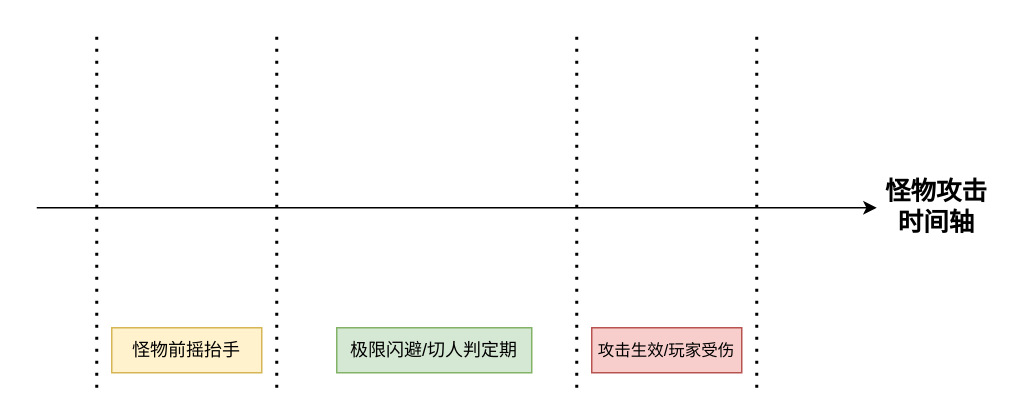
Earlier version of the draw.io diagram zzz攻击.drawio (pearhield/test). Source tidied: cells renumbered, new cells numbered last; positions are measured from the earlier drawing's top-left corner, leaving out a move shared by most shapes. Both pictures are drawn from the tidied source at 150%, with x=0, y=0 at pixel (36, 27).
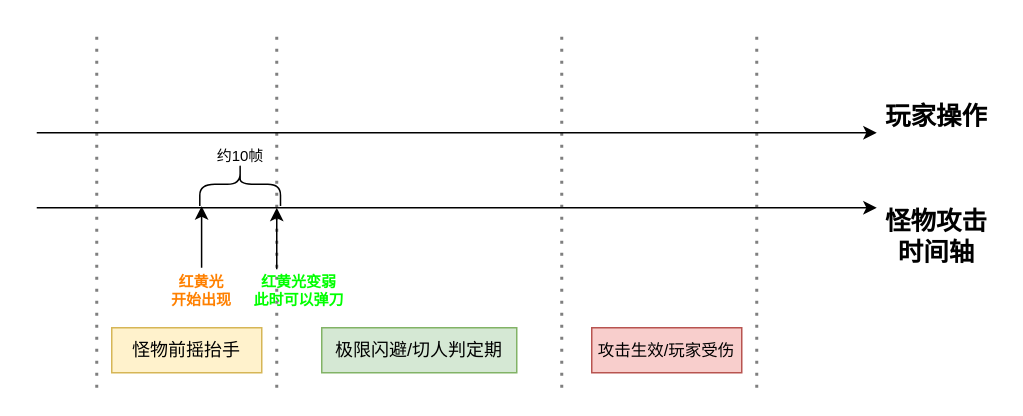
Above is the later version.

Diff of the diagram source:
```diff
@@
-    <mxCell id="3" style="endArrow=none;dashed=1;html=1;dashPattern=1 3;strokeWidth=2;rounded=0;" parent="1" edge="1">
+    <mxCell id="3" style="endArrow=none;dashed=1;html=1;dashPattern=1 3;strokeWidth=2;rounded=0;opacity=50;" parent="1" edge="1">
       <mxGeometry relative="1" as="geometry">
         <mxPoint x="40" y="240" as="sourcePoint" />
         <mxPoint x="40" as="targetPoint" />
       </mxGeometry>
     </mxCell>
     <mxCell id="4" value="怪物攻击&lt;div&gt;时间轴&lt;/div&gt;" style="text;html=1;align=center;verticalAlign=middle;whiteSpace=wrap;rounded=0;fontStyle=1;fontSize=17;" parent="1" vertex="1">
-      <mxGeometry x="560" y="100" width="80" height="40" as="geometry" />
+      <mxGeometry x="560" y="120" width="80" height="40" as="geometry" />
     </mxCell>
-    <mxCell id="5" style="endArrow=none;dashed=1;html=1;dashPattern=1 3;strokeWidth=2;rounded=0;" parent="1" edge="1">
+    <mxCell id="5" style="endArrow=none;dashed=1;html=1;dashPattern=1 3;strokeWidth=2;rounded=0;textOpacity=50;opacity=50;" parent="1" edge="1">
       <mxGeometry relative="1" as="geometry">
         <mxPoint x="160" y="240" as="sourcePoint" />
         <mxPoint x="160" as="targetPoint" />
       </mxGeometry>
     </mxCell>
-    <mxCell id="6" style="endArrow=none;dashed=1;html=1;dashPattern=1 3;strokeWidth=2;rounded=0;" parent="1" edge="1">
+    <mxCell id="6" style="endArrow=none;dashed=1;html=1;dashPattern=1 3;strokeWidth=2;rounded=0;opacity=50;" parent="1" edge="1">
       <mxGeometry relative="1" as="geometry">
-        <mxPoint x="360" y="240" as="sourcePoint" />
-        <mxPoint x="360" as="targetPoint" />
+        <mxPoint x="350" y="240" as="sourcePoint" />
+        <mxPoint x="350" as="targetPoint" />
       </mxGeometry>
     </mxCell>
-    <mxCell id="7" style="endArrow=none;dashed=1;html=1;dashPattern=1 3;strokeWidth=2;rounded=0;" parent="1" edge="1">
+    <mxCell id="7" style="endArrow=none;dashed=1;html=1;dashPattern=1 3;strokeWidth=2;rounded=0;opacity=50;" parent="1" edge="1">
       <mxGeometry relative="1" as="geometry">
         <mxPoint x="480" y="240" as="sourcePoint" />
         <mxPoint x="480" as="targetPoint" />
       </mxGeometry>
     </mxCell>
@@
     <mxCell id="9" value="极限闪避/切人判定期" style="text;html=1;align=center;verticalAlign=middle;whiteSpace=wrap;rounded=0;fillColor=#d5e8d4;strokeColor=#82b366;" parent="1" vertex="1">
-      <mxGeometry x="200" y="200" width="130" height="30" as="geometry" />
+      <mxGeometry x="190" y="200" width="130" height="30" as="geometry" />
     </mxCell>
@@
+    <mxCell id="11" value="红黄光&lt;div style=&quot;font-size: 10px;&quot;&gt;开始出现&lt;/div&gt;" style="text;html=1;align=center;verticalAlign=middle;whiteSpace=wrap;rounded=0;strokeWidth=1;fontSize=10;fontColor=#FF8000;fontStyle=1;" parent="1" vertex="1">
+      <mxGeometry x="80" y="160" width="60" height="30" as="geometry" />
+    </mxCell>
+    <mxCell id="12" style="endArrow=classic;html=1;rounded=0;" parent="1" edge="1">
+      <mxGeometry relative="1" as="geometry">
+        <mxPoint x="160" y="161" as="sourcePoint" />
+        <mxPoint x="160" y="120" as="targetPoint" />
+      </mxGeometry>
+    </mxCell>
+    <mxCell id="13" value="红黄光变弱&lt;div style=&quot;font-size: 10px;&quot;&gt;此时可以弹刀&lt;/div&gt;" style="text;html=1;align=center;verticalAlign=middle;whiteSpace=wrap;rounded=0;strokeWidth=1;fontSize=10;fontColor=#00FF00;fontStyle=1;" parent="1" vertex="1">
+      <mxGeometry x="140" y="155" width="70" height="40" as="geometry" />
+    </mxCell>
+    <mxCell id="14" style="endArrow=classic;html=1;rounded=0;" parent="1" edge="1">
+      <mxGeometry relative="1" as="geometry">
+        <mxPoint x="109.9" y="160" as="sourcePoint" />
+        <mxPoint x="109.9" y="119" as="targetPoint" />
+      </mxGeometry>
+    </mxCell>
+    <mxCell id="15" style="shape=curlyBracket;whiteSpace=wrap;html=1;rounded=1;flipH=1;labelPosition=right;verticalLabelPosition=middle;align=left;verticalAlign=middle;rotation=-90;" parent="1" vertex="1">
+      <mxGeometry x="121.2" y="77.5" width="28.8" height="53.8" as="geometry" />
+    </mxCell>
+    <mxCell id="16" value="约10帧" style="text;html=1;align=center;verticalAlign=middle;whiteSpace=wrap;rounded=0;fontSize=10;" parent="1" vertex="1">
+      <mxGeometry x="106" y="70" width="60" height="30" as="geometry" />
+    </mxCell>
+    <mxCell id="17" style="endArrow=classic;html=1;rounded=0;" parent="1" edge="1">
+      <mxGeometry relative="1" as="geometry">
+        <mxPoint y="70" as="sourcePoint" />
+        <mxPoint x="560" y="70" as="targetPoint" />
+      </mxGeometry>
+    </mxCell>
+    <mxCell id="18" value="玩家操作" style="text;html=1;align=center;verticalAlign=middle;whiteSpace=wrap;rounded=0;fontStyle=1;fontSize=17;" parent="1" vertex="1">
+      <mxGeometry x="560" y="40" width="80" height="40" as="geometry" />
+    </mxCell>
```
